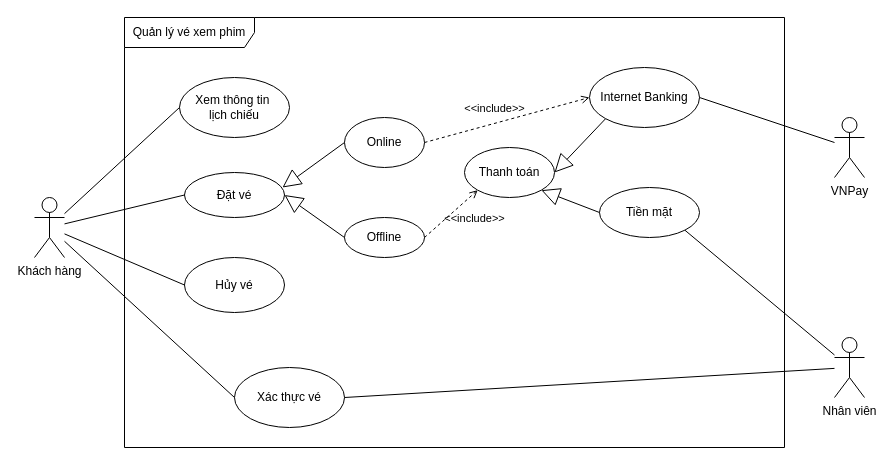
The draw.io diagram Use Case Diagram/xml/Quản-Lý-Vé.drawio in dvhAoU1374/IT3120-PTTKHT, before the edit. Source tidied: cells renumbered, new cells numbered last; positions are measured from the earlier drawing's top-left corner, leaving out a move shared by most shapes. Both pictures are drawn from the tidied source at 100%, with x=0, y=0 at pixel (34, 17).
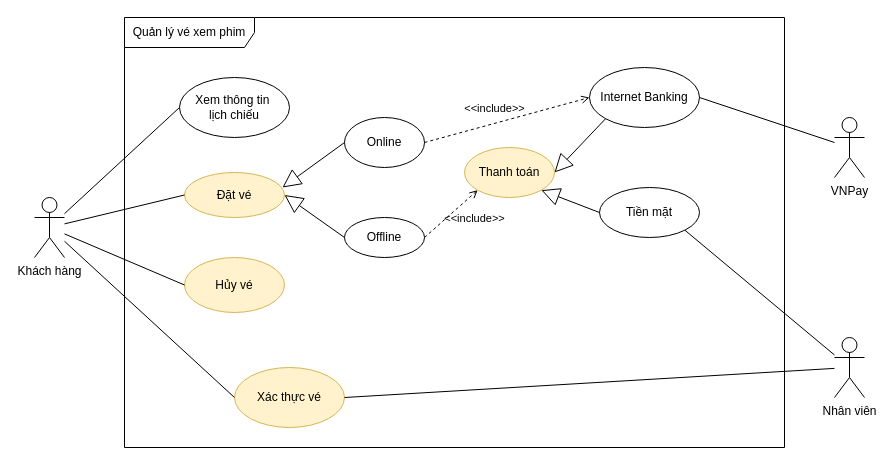
Above is the later version.

Unchanged cells that the change refers to:
```xml
<mxCell id="2" value="Quản lý vé xem phim" style="shape=umlFrame;whiteSpace=wrap;html=1;width=130;height=30;" parent="1" vertex="1">
  <mxGeometry x="90" width="660" height="430" as="geometry" />
</mxCell>
```

What changed in the source:
```diff
@@
-    <mxCell id="4" value="Đặt vé" style="ellipse;whiteSpace=wrap;html=1;" parent="2" vertex="1">
+    <mxCell id="4" value="Đặt vé" style="ellipse;whiteSpace=wrap;html=1;fillColor=#fff2cc;strokeColor=#d6b656;" parent="2" vertex="1">
       <mxGeometry x="60" y="155" width="100" height="45" as="geometry" />
     </mxCell>
-    <mxCell id="5" value="Hủy vé" style="ellipse;whiteSpace=wrap;html=1;" parent="2" vertex="1">
+    <mxCell id="5" value="Hủy vé" style="ellipse;whiteSpace=wrap;html=1;fillColor=#fff2cc;strokeColor=#d6b656;" parent="2" vertex="1">
       <mxGeometry x="60" y="240" width="100" height="55" as="geometry" />
     </mxCell>
@@
-    <mxCell id="8" value="Thanh toán" style="ellipse;whiteSpace=wrap;html=1;" parent="2" vertex="1">
+    <mxCell id="8" value="Thanh toán" style="ellipse;whiteSpace=wrap;html=1;fillColor=#fff2cc;strokeColor=#d6b656;" parent="2" vertex="1">
       <mxGeometry x="340" y="130" width="90" height="50" as="geometry" />
     </mxCell>
@@
-    <mxCell id="11" value="Xác thực vé" style="ellipse;whiteSpace=wrap;html=1;" parent="2" vertex="1">
+    <mxCell id="11" value="Xác thực vé" style="ellipse;whiteSpace=wrap;html=1;fillColor=#fff2cc;strokeColor=#d6b656;" parent="2" vertex="1">
       <mxGeometry x="110" y="350" width="110" height="60" as="geometry" />
     </mxCell>
```
